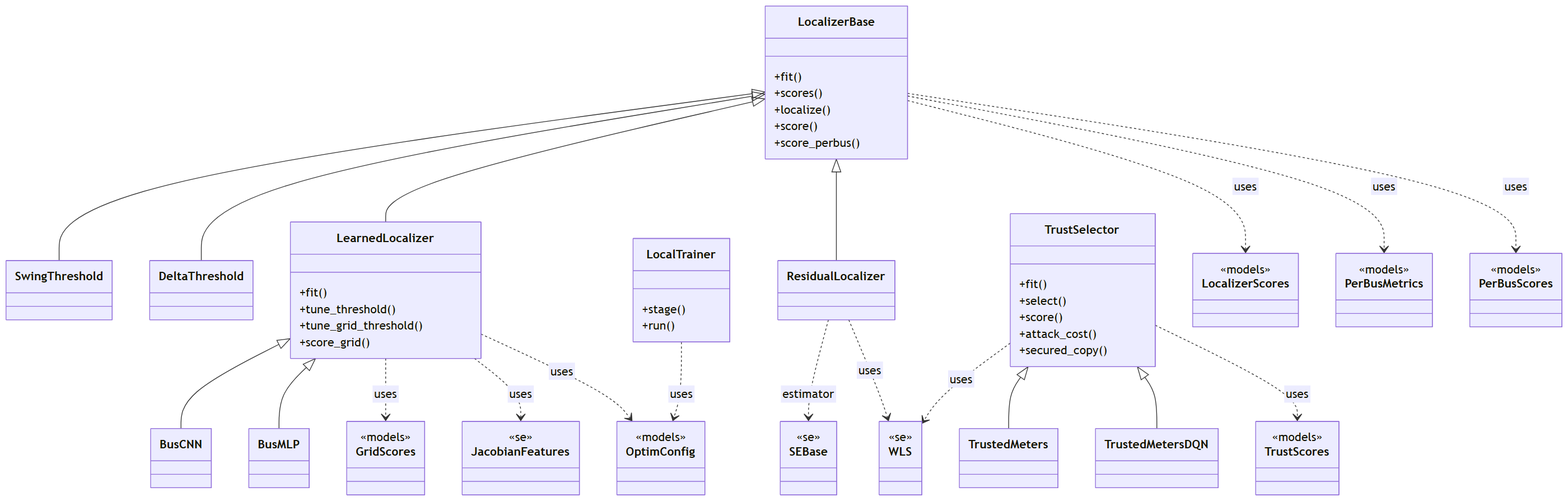
myersben9/fdia-graph keeps this Mermaid diagram as docs/figures/diagrams/classes_localization_trust.png. Above is the earlier version. Its source is kept beside it as docs/figures/diagrams/classes_localization_trust.mmd.
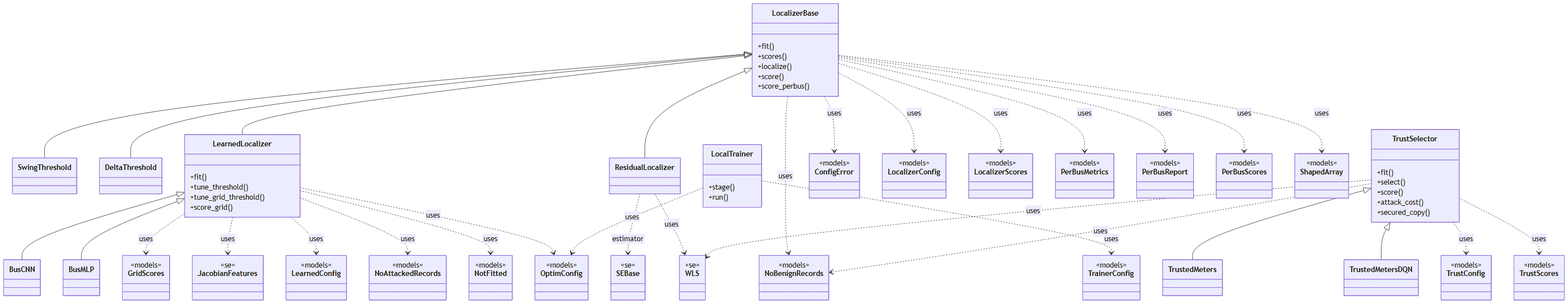
Later version of the same file.

The edit, as a diff of the source:
```diff
@@ -37,13 +37,31 @@
     }
     class TrustedMetersDQN {
     }
+    class ConfigError {
+        <<models>>
+    }
     class GridScores {
         <<models>>
     }
     class JacobianFeatures {
         <<se>>
     }
+    class LearnedConfig {
+        <<models>>
+    }
+    class LocalizerConfig {
+        <<models>>
+    }
     class LocalizerScores {
+        <<models>>
+    }
+    class NoAttackedRecords {
+        <<models>>
+    }
+    class NoBenignRecords {
+        <<models>>
+    }
+    class NotFitted {
         <<models>>
     }
     class OptimConfig {
@@ -52,11 +70,23 @@
     class PerBusMetrics {
         <<models>>
     }
+    class PerBusReport {
+        <<models>>
+    }
     class PerBusScores {
         <<models>>
     }
     class SEBase {
         <<se>>
+    }
+    class ShapedArray {
+        <<models>>
+    }
+    class TrainerConfig {
+        <<models>>
+    }
+    class TrustConfig {
+        <<models>>
     }
     class TrustScores {
         <<models>>
@@ -74,12 +104,23 @@
     TrustSelector <|-- TrustedMetersDQN
     LearnedLocalizer ..> GridScores : uses
     LearnedLocalizer ..> JacobianFeatures : uses
+    LearnedLocalizer ..> LearnedConfig : uses
+    LearnedLocalizer ..> NoAttackedRecords : uses
+    LearnedLocalizer ..> NotFitted : uses
     LearnedLocalizer ..> OptimConfig : uses
     LocalTrainer ..> OptimConfig : uses
+    LocalTrainer ..> TrainerConfig : uses
+    LocalizerBase ..> ConfigError : uses
+    LocalizerBase ..> LocalizerConfig : uses
     LocalizerBase ..> LocalizerScores : uses
+    LocalizerBase ..> NoBenignRecords : uses
     LocalizerBase ..> PerBusMetrics : uses
+    LocalizerBase ..> PerBusReport : uses
     LocalizerBase ..> PerBusScores : uses
+    LocalizerBase ..> ShapedArray : uses
     ResidualLocalizer ..> SEBase : estimator
     ResidualLocalizer ..> WLS : uses
+    TrustSelector ..> NoBenignRecords : uses
+    TrustSelector ..> TrustConfig : uses
     TrustSelector ..> TrustScores : uses
     TrustSelector ..> WLS : uses
```
